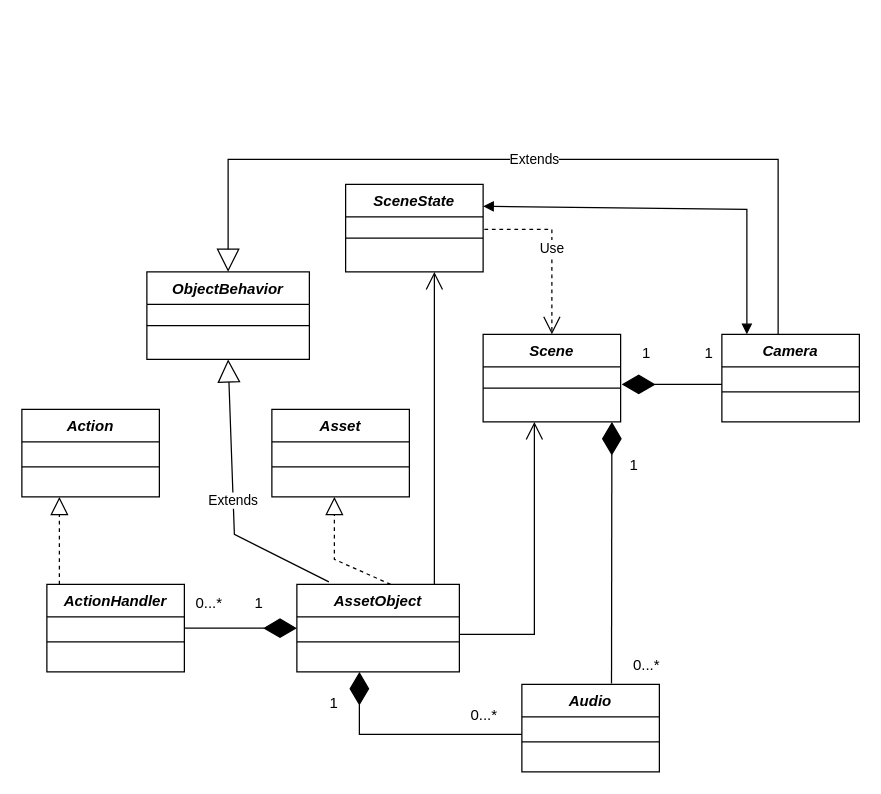
The draw.io diagram Untitled Diagram.drawio in sai11101989/vrsemantics, before the edit. Source tidied: cells renumbered, new cells numbered last; positions are measured from the earlier drawing's top-left corner, leaving out a move shared by most shapes. Both pictures are drawn from the tidied source at 125%, with x=0, y=0 at pixel (21, 159).
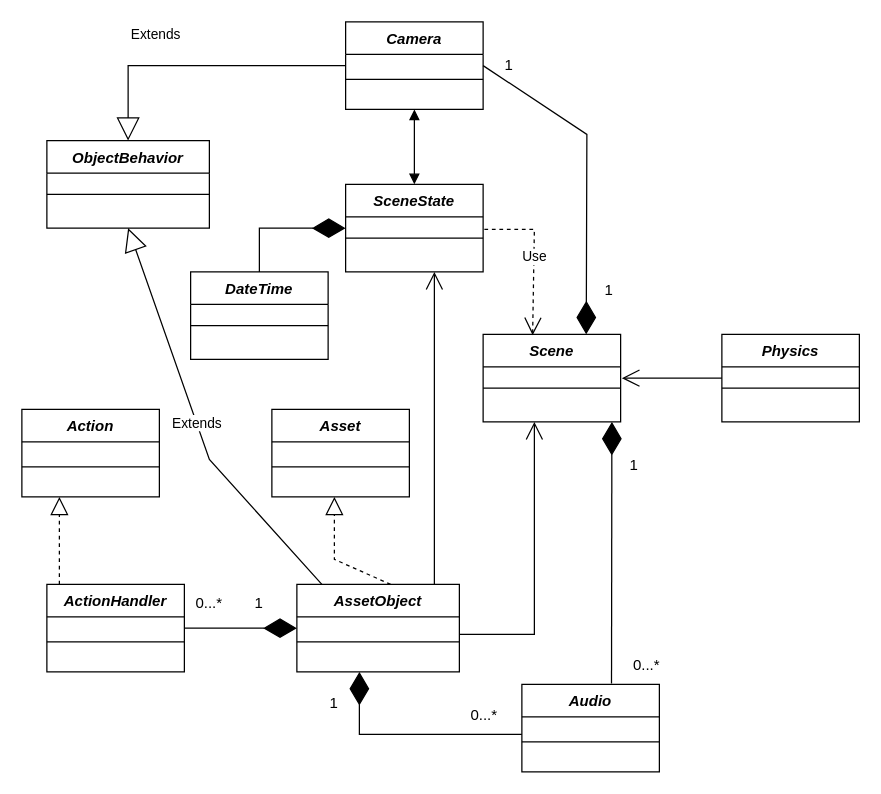
Above is the later version.

The change refers to these unchanged cells:
```xml
<mxCell id="2" value="Scene" style="swimlane;fontStyle=3;align=center;verticalAlign=top;horizontal=1;startSize=26;rounded=0;shadow=0;strokeWidth=1;" parent="1" vertex="1">
  <mxGeometry x="369" y="140" width="110" height="70" as="geometry" />
</mxCell>
<mxCell id="6" value="AssetObject" style="swimlane;fontStyle=3;align=center;verticalAlign=top;horizontal=1;startSize=26;rounded=0;shadow=0;strokeWidth=1;" parent="1" vertex="1">
  <mxGeometry x="220" y="340" width="130" height="70" as="geometry" />
</mxCell>
<mxCell id="33" value="SceneState" style="swimlane;fontStyle=3;align=center;verticalAlign=top;horizontal=1;startSize=26;rounded=0;shadow=0;strokeWidth=1;" parent="1" vertex="1">
  <mxGeometry x="259" y="20" width="110" height="70" as="geometry" />
</mxCell>
```

Diff of the diagram source:
```diff
@@
     <mxCell id="22" value="Camera" style="swimlane;fontStyle=3;align=center;verticalAlign=top;horizontal=1;startSize=26;rounded=0;shadow=0;strokeWidth=1;" parent="1" vertex="1">
-      <mxGeometry x="560" y="140" width="110" height="70" as="geometry" />
+      <mxGeometry x="259" y="-110" width="110" height="70" as="geometry" />
     </mxCell>
@@
-    <mxCell id="27" style="endArrow=diamondThin;endFill=1;endSize=24;html=1;rounded=0;" parent="1" edge="1">
+    <mxCell id="27" style="endArrow=diamondThin;endFill=1;endSize=24;html=1;rounded=0;exitX=1;exitY=0.5;exitDx=0;exitDy=0;entryX=0.75;entryY=0;entryDx=0;entryDy=0;" parent="1" edge="1" source="22" target="2">
       <mxGeometry relative="1" as="geometry">
-        <mxPoint x="560" y="180" as="sourcePoint" />
-        <mxPoint x="480" y="180" as="targetPoint" />
+        <Array as="points">
+          <mxPoint x="452" y="-20" />
+        </Array>
       </mxGeometry>
     </mxCell>
     <mxCell id="28" value="1" style="text;html=1;strokeColor=none;fillColor=none;align=center;verticalAlign=middle;whiteSpace=wrap;rounded=0;" parent="1" vertex="1">
-      <mxGeometry x="520" y="140" width="60" height="30" as="geometry" />
+      <mxGeometry x="360" y="-90" width="60" height="30" as="geometry" />
     </mxCell>
     <mxCell id="29" value="1" style="text;html=1;strokeColor=none;fillColor=none;align=center;verticalAlign=middle;whiteSpace=wrap;rounded=0;" parent="1" vertex="1">
-      <mxGeometry x="470" y="140" width="60" height="30" as="geometry" />
+      <mxGeometry x="440" y="90" width="60" height="30" as="geometry" />
     </mxCell>
     <mxCell id="30" value="ObjectBehavior" style="swimlane;fontStyle=3;align=center;verticalAlign=top;horizontal=1;startSize=26;rounded=0;shadow=0;strokeWidth=1;" parent="1" vertex="1">
-      <mxGeometry x="100" y="90" width="130" height="70" as="geometry" />
+      <mxGeometry x="20" y="-15" width="130" height="70" as="geometry" />
     </mxCell>
@@
-    <mxCell id="32" value="Extends" style="endArrow=block;endSize=16;endFill=0;html=1;rounded=0;exitX=0.197;exitY=-0.029;exitDx=0;exitDy=0;entryX=0.5;entryY=1;entryDx=0;entryDy=0;exitPerimeter=0;" parent="1" edge="1" source="6" target="30">
+    <mxCell id="32" value="Extends" style="endArrow=block;endSize=16;endFill=0;html=1;rounded=0;entryX=0.5;entryY=1;entryDx=0;entryDy=0;" parent="1" edge="1" target="30">
       <mxGeometry relative="1" as="geometry">
+        <mxPoint x="240" y="340" as="sourcePoint" />
         <Array as="points">
-          <mxPoint x="170" y="300" />
+          <mxPoint x="150" y="240" />
         </Array>
       </mxGeometry>
     </mxCell>
@@
-    <mxCell id="36" value="Use" style="endArrow=open;endSize=12;dashed=1;html=1;rounded=0;entryX=0.5;entryY=0;entryDx=0;entryDy=0;" parent="1" edge="1" target="2">
+    <mxCell id="36" value="Use" style="endArrow=open;endSize=12;dashed=1;html=1;rounded=0;entryX=0.36;entryY=0.01;entryDx=0;entryDy=0;entryPerimeter=0;" parent="1" edge="1" target="2">
       <mxGeometry relative="1" as="geometry">
         <mxPoint x="370" y="56" as="sourcePoint" />
         <Array as="points">
-          <mxPoint x="424" y="56" />
+          <mxPoint x="410" y="56" />
         </Array>
       </mxGeometry>
     </mxCell>
-    <mxCell id="37" value="Extends" style="endArrow=block;endSize=16;endFill=0;html=1;rounded=0;entryX=0.5;entryY=0;entryDx=0;entryDy=0;" parent="1" edge="1" target="30">
-      <mxGeometry relative="1" as="geometry">
-        <mxPoint x="605" y="140" as="sourcePoint" />
+    <mxCell id="37" value="Extends" style="endArrow=block;endSize=16;endFill=0;html=1;rounded=0;entryX=0.5;entryY=0;entryDx=0;entryDy=0;exitX=0;exitY=0.5;exitDx=0;exitDy=0;" parent="1" edge="1" source="22" target="30">
+      <mxGeometry x="0.3" y="-25" relative="1" as="geometry">
         <Array as="points">
-          <mxPoint x="605" />
-          <mxPoint x="165" />
+          <mxPoint x="85" y="-75" />
         </Array>
       </mxGeometry>
     </mxCell>
-    <mxCell id="38" style="endArrow=block;startArrow=block;endFill=1;startFill=1;html=1;rounded=0;entryX=1;entryY=0;entryDx=0;entryDy=0;exitX=1;exitY=0.25;exitDx=0;exitDy=0;" parent="1" edge="1" source="33" target="28">
-      <mxGeometry relative="1" as="geometry">
-        <Array as="points">
-          <mxPoint x="580" y="40" />
-        </Array>
-      </mxGeometry>
+    <mxCell id="38" style="endArrow=block;startArrow=block;endFill=1;startFill=1;html=1;rounded=0;entryX=0.5;entryY=1;entryDx=0;entryDy=0;exitX=0.5;exitY=0;exitDx=0;exitDy=0;" parent="1" edge="1" source="33" target="22">
+      <mxGeometry relative="1" as="geometry" />
     </mxCell>
@@
+    <mxCell id="40" value="Physics" style="swimlane;fontStyle=3;align=center;verticalAlign=top;horizontal=1;startSize=26;rounded=0;shadow=0;strokeWidth=1;" parent="1" vertex="1">
+      <mxGeometry x="560" y="140" width="110" height="70" as="geometry" />
+    </mxCell>
+    <mxCell id="41" style="line;html=1;strokeWidth=1;align=left;verticalAlign=middle;spacingTop=-1;spacingLeft=3;spacingRight=3;labelPosition=right;" parent="40" vertex="1">
+      <mxGeometry y="26" width="110" height="34" as="geometry" />
+    </mxCell>
+    <mxCell id="42" value="DateTime" style="swimlane;fontStyle=3;align=center;verticalAlign=top;horizontal=1;startSize=26;rounded=0;shadow=0;strokeWidth=1;" parent="1" vertex="1">
+      <mxGeometry x="135" y="90" width="110" height="70" as="geometry" />
+    </mxCell>
+    <mxCell id="43" style="line;html=1;strokeWidth=1;align=left;verticalAlign=middle;spacingTop=-1;spacingLeft=3;spacingRight=3;labelPosition=right;" parent="42" vertex="1">
+      <mxGeometry y="26" width="110" height="34" as="geometry" />
+    </mxCell>
+    <mxCell id="44" style="endArrow=diamondThin;endFill=1;endSize=24;html=1;rounded=0;exitX=0.5;exitY=0;exitDx=0;exitDy=0;entryX=0;entryY=0.5;entryDx=0;entryDy=0;" parent="1" edge="1" source="42" target="33">
+      <mxGeometry relative="1" as="geometry">
+        <Array as="points">
+          <mxPoint x="190" y="55" />
+        </Array>
+      </mxGeometry>
+    </mxCell>
+    <mxCell id="45" style="endArrow=open;endFill=1;endSize=12;html=1;rounded=0;exitX=0;exitY=0.5;exitDx=0;exitDy=0;" parent="1" edge="1" source="40">
+      <mxGeometry relative="1" as="geometry">
+        <mxPoint x="480" y="175" as="targetPoint" />
+      </mxGeometry>
+    </mxCell>
```
